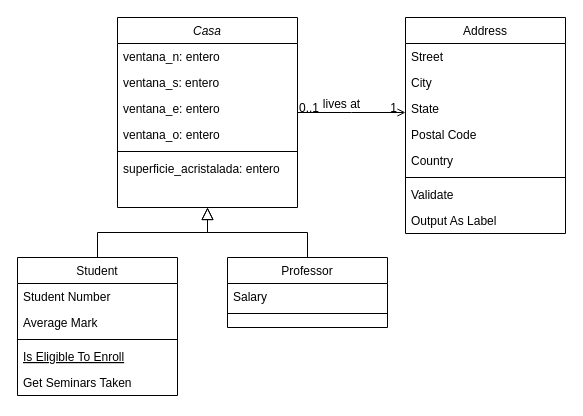
Above: herencia-multiple/caso-real/caso-real.drawio in andmansim/Ejercicios-de-Herencias-de-POO (draw.io), before the change. Source tidied: cells renumbered, new cells numbered last; positions are measured from the earlier drawing's top-left corner, leaving out a move shared by most shapes. Both pictures are drawn from the tidied source at 100%, with x=0, y=0 at pixel (17, 17).
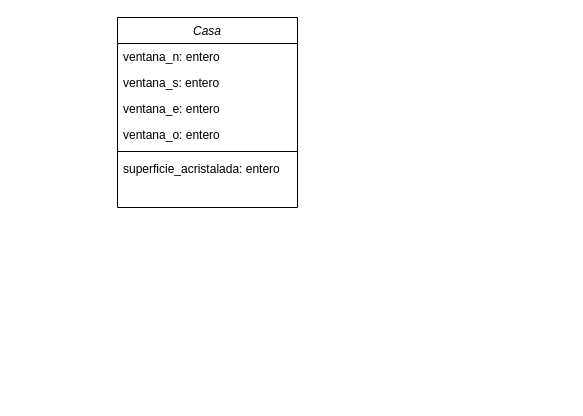
Above is the later version.

Unchanged cells that the change refers to:
```xml
<mxCell id="2" value="Casa" style="swimlane;fontStyle=2;align=center;verticalAlign=top;horizontal=1;startSize=26;rounded=0;shadow=0;strokeWidth=1;" parent="1" vertex="1">
  <mxGeometry x="100" width="180" height="190" as="geometry" />
</mxCell>
```

Diff of the diagram source:
```diff
@@
-    <mxCell id="9" value="Student" style="swimlane;fontStyle=0;align=center;verticalAlign=top;horizontal=1;startSize=26;rounded=0;shadow=0;strokeWidth=1;" parent="1" vertex="1">
-      <mxGeometry y="240" width="160" height="138" as="geometry" />
-    </mxCell>
-    <mxCell id="10" value="Student Number" style="text;align=left;verticalAlign=top;spacingLeft=4;spacingRight=4;overflow=hidden;" parent="9" vertex="1">
-      <mxGeometry y="26" width="160" height="26" as="geometry" />
-    </mxCell>
-    <mxCell id="11" value="Average Mark" style="text;align=left;verticalAlign=top;spacingLeft=4;spacingRight=4;overflow=hidden;rounded=0;shadow=0;html=0;" parent="9" vertex="1">
-      <mxGeometry y="52" width="160" height="26" as="geometry" />
-    </mxCell>
-    <mxCell id="12" style="line;html=1;strokeWidth=1;align=left;verticalAlign=middle;spacingTop=-1;spacingLeft=3;spacingRight=3;labelPosition=right;" parent="9" vertex="1">
-      <mxGeometry y="78" width="160" height="8" as="geometry" />
-    </mxCell>
-    <mxCell id="13" value="Is Eligible To Enroll" style="text;align=left;verticalAlign=top;spacingLeft=4;spacingRight=4;overflow=hidden;fontStyle=4;" parent="9" vertex="1">
-      <mxGeometry y="86" width="160" height="26" as="geometry" />
-    </mxCell>
-    <mxCell id="14" value="Get Seminars Taken" style="text;align=left;verticalAlign=top;spacingLeft=4;spacingRight=4;overflow=hidden;" parent="9" vertex="1">
-      <mxGeometry y="112" width="160" height="26" as="geometry" />
-    </mxCell>
-    <mxCell id="15" style="endArrow=block;endSize=10;endFill=0;shadow=0;strokeWidth=1;rounded=0;edgeStyle=elbowEdgeStyle;elbow=vertical;" parent="1" edge="1" source="9" target="2">
-      <mxGeometry relative="1" as="geometry" />
-    </mxCell>
-    <mxCell id="16" value="Professor" style="swimlane;fontStyle=0;align=center;verticalAlign=top;horizontal=1;startSize=26;rounded=0;shadow=0;strokeWidth=1;" parent="1" vertex="1">
-      <mxGeometry x="210" y="240" width="160" height="70" as="geometry" />
-    </mxCell>
-    <mxCell id="17" value="Salary" style="text;align=left;verticalAlign=top;spacingLeft=4;spacingRight=4;overflow=hidden;" parent="16" vertex="1">
-      <mxGeometry y="26" width="160" height="26" as="geometry" />
-    </mxCell>
-    <mxCell id="18" style="line;html=1;strokeWidth=1;align=left;verticalAlign=middle;spacingTop=-1;spacingLeft=3;spacingRight=3;labelPosition=right;" parent="16" vertex="1">
-      <mxGeometry y="52" width="160" height="8" as="geometry" />
-    </mxCell>
-    <mxCell id="19" style="endArrow=block;endSize=10;endFill=0;shadow=0;strokeWidth=1;rounded=0;edgeStyle=elbowEdgeStyle;elbow=vertical;" parent="1" edge="1" source="16" target="2">
-      <mxGeometry relative="1" as="geometry" />
-    </mxCell>
-    <mxCell id="20" value="Address" style="swimlane;fontStyle=0;align=center;verticalAlign=top;horizontal=1;startSize=26;rounded=0;shadow=0;strokeWidth=1;" parent="1" vertex="1">
-      <mxGeometry x="388" width="160" height="216" as="geometry" />
-    </mxCell>
-    <mxCell id="21" value="Street" style="text;align=left;verticalAlign=top;spacingLeft=4;spacingRight=4;overflow=hidden;" parent="20" vertex="1">
-      <mxGeometry y="26" width="160" height="26" as="geometry" />
-    </mxCell>
-    <mxCell id="22" value="City" style="text;align=left;verticalAlign=top;spacingLeft=4;spacingRight=4;overflow=hidden;rounded=0;shadow=0;html=0;" parent="20" vertex="1">
-      <mxGeometry y="52" width="160" height="26" as="geometry" />
-    </mxCell>
-    <mxCell id="23" value="State" style="text;align=left;verticalAlign=top;spacingLeft=4;spacingRight=4;overflow=hidden;rounded=0;shadow=0;html=0;" parent="20" vertex="1">
-      <mxGeometry y="78" width="160" height="26" as="geometry" />
-    </mxCell>
-    <mxCell id="24" value="Postal Code" style="text;align=left;verticalAlign=top;spacingLeft=4;spacingRight=4;overflow=hidden;rounded=0;shadow=0;html=0;" parent="20" vertex="1">
-      <mxGeometry y="104" width="160" height="26" as="geometry" />
-    </mxCell>
-    <mxCell id="25" value="Country" style="text;align=left;verticalAlign=top;spacingLeft=4;spacingRight=4;overflow=hidden;rounded=0;shadow=0;html=0;" parent="20" vertex="1">
-      <mxGeometry y="130" width="160" height="26" as="geometry" />
-    </mxCell>
-    <mxCell id="26" style="line;html=1;strokeWidth=1;align=left;verticalAlign=middle;spacingTop=-1;spacingLeft=3;spacingRight=3;labelPosition=right;" parent="20" vertex="1">
-      <mxGeometry y="156" width="160" height="8" as="geometry" />
-    </mxCell>
-    <mxCell id="27" value="Validate" style="text;align=left;verticalAlign=top;spacingLeft=4;spacingRight=4;overflow=hidden;" parent="20" vertex="1">
-      <mxGeometry y="164" width="160" height="26" as="geometry" />
-    </mxCell>
-    <mxCell id="28" value="Output As Label" style="text;align=left;verticalAlign=top;spacingLeft=4;spacingRight=4;overflow=hidden;" parent="20" vertex="1">
-      <mxGeometry y="190" width="160" height="26" as="geometry" />
-    </mxCell>
-    <mxCell id="29" style="endArrow=open;shadow=0;strokeWidth=1;rounded=0;endFill=1;edgeStyle=elbowEdgeStyle;elbow=vertical;" parent="1" edge="1" source="2" target="20">
-      <mxGeometry x="0.5" y="41" relative="1" as="geometry">
-        <mxPoint x="-40" y="32" as="offset" />
-      </mxGeometry>
-    </mxCell>
-    <mxCell id="30" value="0..1" style="align=left;verticalAlign=bottom;labelBackgroundColor=none;fontSize=12;" parent="29" vertex="1">
-      <mxGeometry x="-1" relative="1" as="geometry">
-        <mxPoint y="4" as="offset" />
-      </mxGeometry>
-    </mxCell>
-    <mxCell id="31" value="1" style="align=right;verticalAlign=bottom;labelBackgroundColor=none;fontSize=12;" parent="29" vertex="1">
-      <mxGeometry x="1" relative="1" as="geometry">
-        <mxPoint x="-7" y="4" as="offset" />
-      </mxGeometry>
-    </mxCell>
-    <mxCell id="32" value="lives at" style="text;html=1;align=center;verticalAlign=middle;labelBackgroundColor=none;rounded=0;shadow=0;strokeWidth=1;fontSize=12;" parent="29" vertex="1">
-      <mxGeometry x="0.5" y="49" relative="1" as="geometry">
-        <mxPoint x="-38" y="40" as="offset" />
-      </mxGeometry>
-    </mxCell>
```
